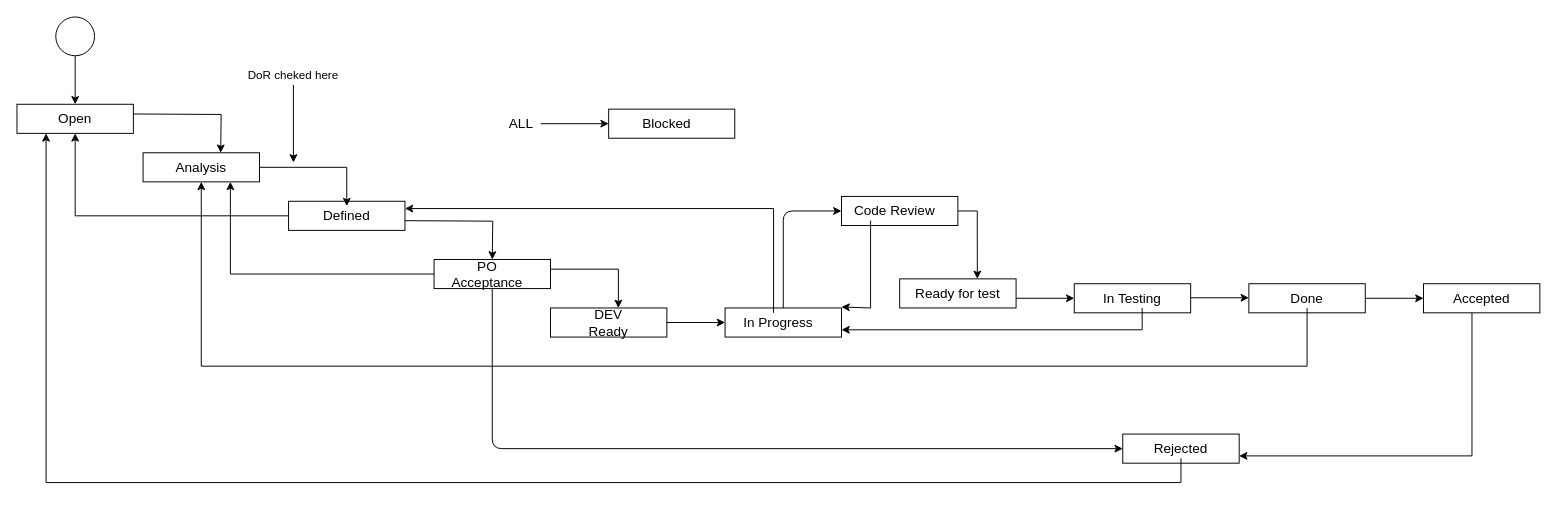
This is page "Workflow - User Story" (2 of 4) of Untitled Diagram.drawio from j-croix/Python_basics, a draw.io file, before an edit. Source tidied: cells renumbered, new cells numbered last; positions are measured from the earlier drawing's top-left corner, leaving out a move shared by most shapes. Both pictures are drawn from the tidied source at 97%, with x=0, y=0 at pixel (16, 16).
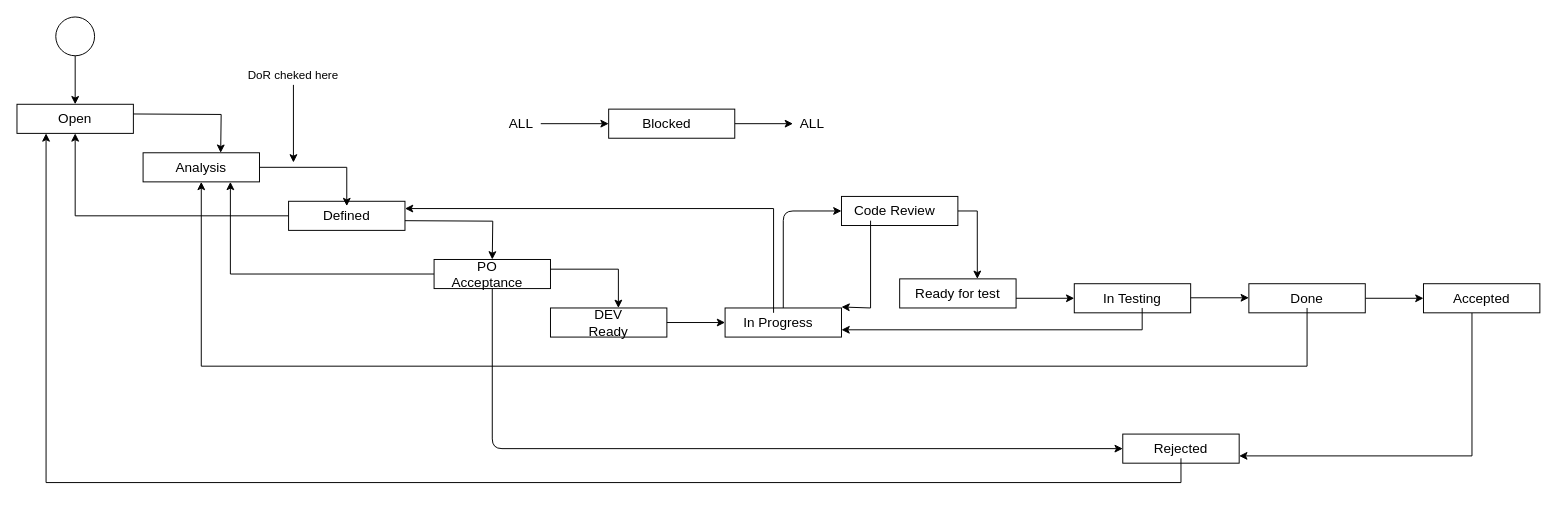
Above is the later version.

Unchanged cells that the change refers to:
```xml
<mxCell id="49" style="rounded=0;whiteSpace=wrap;html=1;" parent="1" vertex="1">
  <mxGeometry x="610" y="95" width="130" height="30" as="geometry" />
</mxCell>
```

The edit, as a diff of the source:
```diff
@@
+    <mxCell id="53" style="edgeStyle=orthogonalEdgeStyle;rounded=0;jettySize=auto;html=1;" parent="1" edge="1" source="49" target="54">
+      <mxGeometry relative="1" as="geometry" />
+    </mxCell>
@@
+    <mxCell id="54" value="&lt;font style=&quot;font-size: 14px&quot;&gt;ALL&lt;/font&gt;" style="text;html=1;strokeColor=none;fillColor=none;align=center;verticalAlign=middle;whiteSpace=wrap;rounded=0;" parent="1" vertex="1">
+      <mxGeometry x="800" y="100" width="40" height="20" as="geometry" />
+    </mxCell>
```
